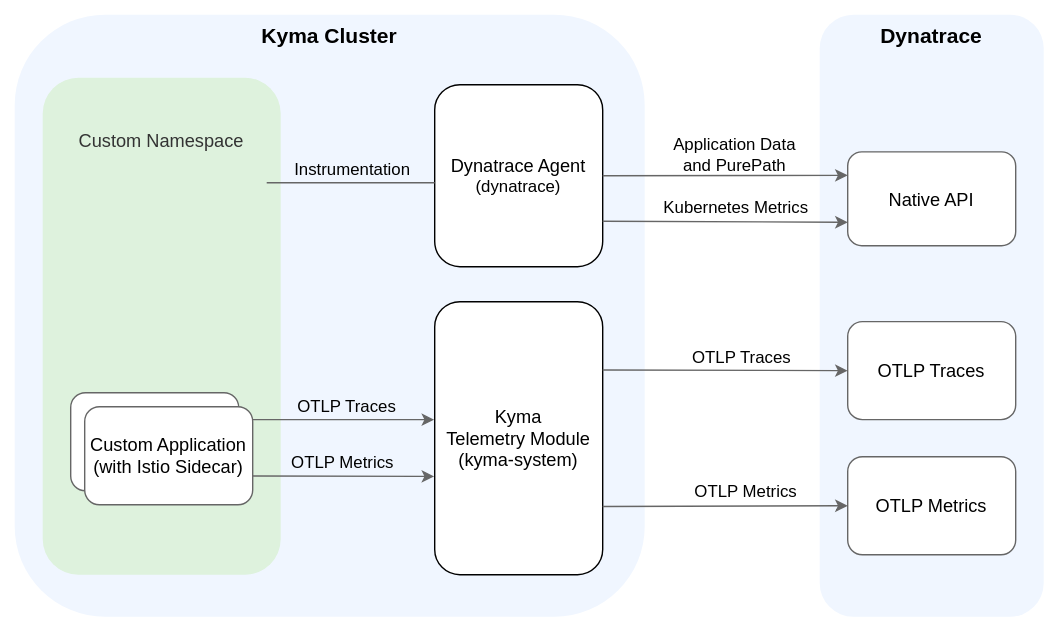
The draw.io diagram docs/user/integration/assets/dynatrace.drawio.svg in kyma-project/telemetry-manager, before a commit. Source tidied: cells renumbered, new cells last; positions are measured from the earlier drawing's top-left corner, leaving out a move shared by most shapes.
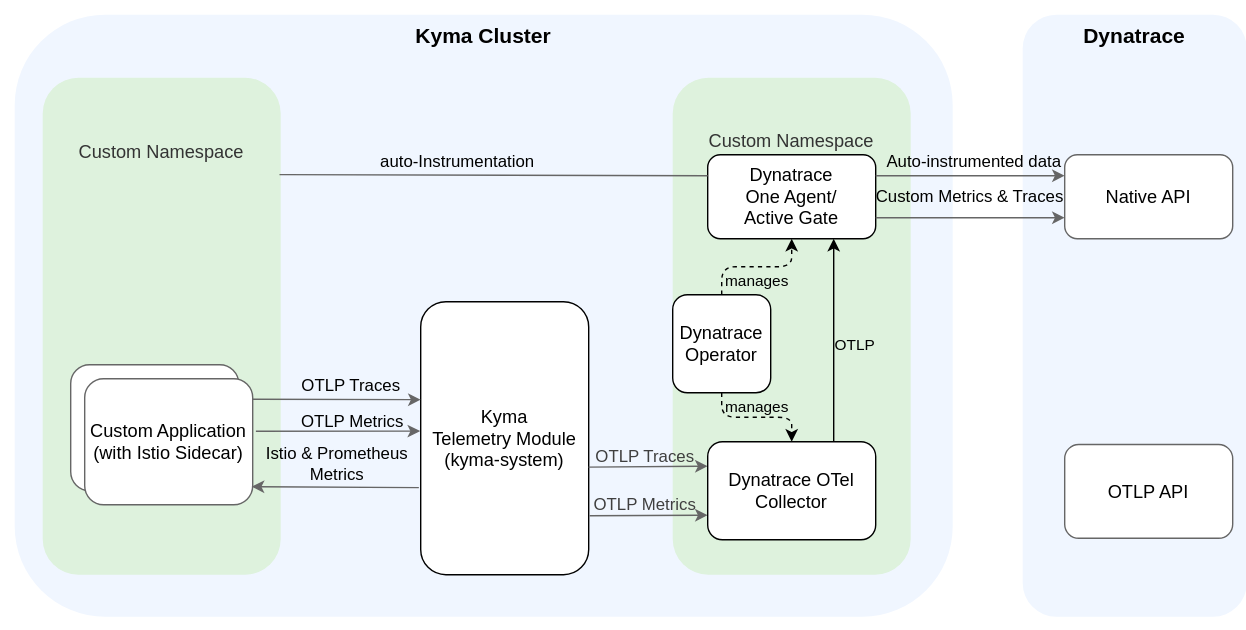
After the commit.

Commit message:
docs: adjust dynatrace guide to new otel setup

The edit, as a diff of the source:
```diff
@@ -6,96 +6,133 @@
       <mxGeometry width="760" height="450" as="geometry" />
     </mxCell>
     <mxCell id="3" value="&lt;b&gt;&lt;font style=&quot;font-size: 15px;&quot;&gt;Kyma Cluster&lt;br&gt;&lt;/font&gt;&lt;/b&gt;" style="rounded=1;whiteSpace=wrap;html=1;fillColor=#F0F6FF;strokeColor=none;verticalAlign=top;" parent="1" vertex="1">
-      <mxGeometry x="10" y="10" width="450" height="430" as="geometry" />
+      <mxGeometry x="10" y="10" width="670" height="430" as="geometry" />
     </mxCell>
+    <mxCell id="28" value="&lt;font style=&quot;font-size: 13px;&quot;&gt;Custom Namespace&lt;br&gt;&lt;br&gt;&lt;br&gt;&lt;br&gt;&lt;br&gt;&lt;br&gt;&lt;br&gt;&lt;br&gt;&lt;br&gt;&lt;br&gt;&lt;br&gt;&lt;br&gt;&lt;br&gt;&lt;br&gt;&lt;br&gt;&lt;br&gt;&lt;br&gt;&lt;br&gt;&lt;/font&gt;" style="rounded=1;whiteSpace=wrap;html=1;fillColor=#DEF2DD;fontColor=#333333;strokeColor=none;" parent="1" vertex="1">
+      <mxGeometry x="480" y="55" width="170" height="355" as="geometry" />
+    </mxCell>
-    <mxCell id="4" value="&lt;font style=&quot;font-size: 13px;&quot;&gt;Custom Namespace&lt;br&gt;&lt;br&gt;&lt;br&gt;&lt;br&gt;&lt;br&gt;&lt;br&gt;&lt;br&gt;&lt;br&gt;&lt;br&gt;&lt;br&gt;&lt;br&gt;&lt;br&gt;&lt;br&gt;&lt;br&gt;&lt;br&gt;&lt;br&gt;&lt;br&gt;&lt;br&gt;&lt;/font&gt;" style="rounded=1;whiteSpace=wrap;html=1;fillColor=#DEF2DD;fontColor=#333333;strokeColor=none;" parent="1" vertex="1">
+    <mxCell id="4" value="&lt;font style=&quot;font-size: 13px;&quot;&gt;Custom Namespace&lt;br&gt;&lt;br&gt;&lt;br&gt;&lt;br&gt;&lt;br&gt;&lt;br&gt;&lt;br&gt;&lt;br&gt;&lt;br&gt;&lt;br&gt;&lt;br&gt;&lt;br&gt;&lt;br&gt;&lt;br&gt;&lt;br&gt;&lt;br&gt;&lt;br&gt;&lt;/font&gt;" style="rounded=1;whiteSpace=wrap;html=1;fillColor=#DEF2DD;fontColor=#333333;strokeColor=none;" parent="1" vertex="1">
       <mxGeometry x="30" y="55" width="170" height="355" as="geometry" />
     </mxCell>
     <mxCell id="5" value="&lt;font style=&quot;font-size: 13px;&quot;&gt;Kyma &lt;br&gt;Telemetry Module&lt;br style=&quot;border-color: var(--border-color);&quot;&gt;(kyma-system)&lt;/font&gt;" style="rounded=1;whiteSpace=wrap;html=1;fillColor=#FFFFFF;strokeColor=default;" parent="1" vertex="1">
-      <mxGeometry x="310" y="215" width="120" height="195" as="geometry" />
+      <mxGeometry x="300" y="215" width="120" height="195" as="geometry" />
     </mxCell>
     <mxCell id="6" value="&lt;font style=&quot;font-size: 15px;&quot;&gt;&lt;b&gt;Dynatrace&lt;br&gt;&lt;/b&gt;&lt;/font&gt;" style="rounded=1;whiteSpace=wrap;html=1;fillColor=#F0F6FF;strokeColor=none;verticalAlign=top;" parent="1" vertex="1">
-      <mxGeometry x="585" y="10" width="160" height="430" as="geometry" />
+      <mxGeometry x="730" y="10" width="160" height="430" as="geometry" />
     </mxCell>
-    <mxCell id="7" style="edgeStyle=none;rounded=1;jettySize=auto;html=1;exitX=1;exitY=0.25;exitDx=0;exitDy=0;entryX=0;entryY=0.5;entryDx=0;entryDy=0;strokeColor=#666666;" parent="1" edge="1" source="5" target="8">
+    <mxCell id="7" style="edgeStyle=none;rounded=1;jettySize=auto;html=1;exitX=0.999;exitY=0.606;exitDx=0;exitDy=0;entryX=0;entryY=0.25;entryDx=0;entryDy=0;strokeColor=#666666;exitPerimeter=0;" parent="1" edge="1" source="5" target="33">
       <mxGeometry relative="1" as="geometry" />
     </mxCell>
-    <mxCell id="8" value="OTLP Traces" style="rounded=1;whiteSpace=wrap;html=1;fontSize=13;fontStyle=0;strokeColor=#666666;" parent="1" vertex="1">
-      <mxGeometry x="605" y="229.2" width="120" height="70" as="geometry" />
-    </mxCell>
-    <mxCell id="9" value="OTLP Metrics" style="rounded=1;whiteSpace=wrap;html=1;fontSize=13;fontStyle=0;strokeColor=#666666;" parent="1" vertex="1">
-      <mxGeometry x="605" y="325.8" width="120" height="70" as="geometry" />
-    </mxCell>
+    <mxCell id="29" value="&lt;span style=&quot;color: rgb(63, 63, 63); font-size: 12px;&quot;&gt;OTLP Traces&lt;/span&gt;" style="edgeLabel;html=1;align=center;verticalAlign=middle;labelBackgroundColor=none;" parent="7" vertex="1">
+      <mxGeometry x="-0.06" y="1" relative="1" as="geometry">
+        <mxPoint y="-6" as="offset" />
+      </mxGeometry>
+    </mxCell>
-    <mxCell id="10" style="edgeStyle=none;rounded=1;jettySize=auto;html=1;exitX=0.985;exitY=0.275;exitDx=0;exitDy=0;entryX=-0.003;entryY=0.432;entryDx=0;entryDy=0;strokeColor=#666666;entryPerimeter=0;exitPerimeter=0;" parent="1" edge="1" source="14" target="5">
-      <mxGeometry relative="1" as="geometry" />
+    <mxCell id="10" style="edgeStyle=none;rounded=1;jettySize=auto;html=1;exitX=0.996;exitY=0.163;exitDx=0;exitDy=0;strokeColor=#666666;exitPerimeter=0;" parent="1" edge="1" source="26">
+      <mxGeometry relative="1" as="geometry">
+        <mxPoint x="300" y="285" as="targetPoint" />
+      </mxGeometry>
     </mxCell>
     <mxCell id="11" value="OTLP Traces" style="edgeLabel;html=1;align=center;verticalAlign=middle;labelBackgroundColor=none;fontStyle=0;fontSize=12;" parent="10" vertex="1">
       <mxGeometry x="-0.29" y="2" relative="1" as="geometry">
         <mxPoint x="28" y="-8" as="offset" />
       </mxGeometry>
     </mxCell>
-    <mxCell id="12" style="edgeStyle=none;rounded=1;jettySize=auto;html=1;exitX=1.004;exitY=0.849;exitDx=0;exitDy=0;strokeColor=#666666;exitPerimeter=0;entryX=-0.003;entryY=0.64;entryDx=0;entryDy=0;entryPerimeter=0;" parent="1" edge="1" source="14" target="5">
+    <mxCell id="12" style="edgeStyle=none;rounded=1;jettySize=auto;html=1;exitX=1.019;exitY=0.417;exitDx=0;exitDy=0;strokeColor=#666666;entryX=-0.003;entryY=0.474;entryDx=0;entryDy=0;entryPerimeter=0;exitPerimeter=0;" parent="1" edge="1" source="26" target="5">
       <mxGeometry relative="1" as="geometry" />
     </mxCell>
     <mxCell id="13" value="OTLP Metrics" style="edgeLabel;html=1;align=center;verticalAlign=middle;fontSize=12;fontStyle=0;labelBackgroundColor=none;" parent="12" vertex="1">
       <mxGeometry x="-0.1" y="2" relative="1" as="geometry">
-        <mxPoint x="10" y="-8" as="offset" />
+        <mxPoint x="16" y="-5" as="offset" />
       </mxGeometry>
     </mxCell>
     <mxCell id="14" style="rounded=1;whiteSpace=wrap;html=1;fontSize=13;fontStyle=0;strokeColor=#666666;" parent="1" vertex="1">
-      <mxGeometry x="50" y="280" width="120" height="70" as="geometry" />
+      <mxGeometry x="50" y="260" width="120" height="90" as="geometry" />
     </mxCell>
-    <mxCell id="15" value="&lt;span style=&quot;font-size: 13px;&quot;&gt;Dynatrace Agent&lt;br&gt;&lt;/span&gt;(dynatrace)" style="rounded=1;whiteSpace=wrap;html=1;fillColor=#FFFFFF;strokeColor=default;" parent="1" vertex="1">
-      <mxGeometry x="310" y="60" width="120" height="130" as="geometry" />
+    <mxCell id="15" value="&lt;span style=&quot;font-size: 13px;&quot;&gt;Dynatrace&lt;br&gt;One Agent/&lt;br&gt;Active Gate&lt;/span&gt;" style="rounded=1;whiteSpace=wrap;html=1;fillColor=#FFFFFF;strokeColor=default;" parent="1" vertex="1">
+      <mxGeometry x="505" y="110" width="120" height="60" as="geometry" />
     </mxCell>
-    <mxCell id="16" value="&lt;font style=&quot;font-size: 12px;&quot;&gt;OTLP Traces&lt;/font&gt;" style="edgeLabel;html=1;align=center;verticalAlign=middle;fontStyle=0;labelBackgroundColor=none;fontSize=12;" parent="1" vertex="1">
-      <mxGeometry x="527.9" y="257" as="geometry">
-        <mxPoint x="1" y="-3" as="offset" />
-      </mxGeometry>
-    </mxCell>
-    <mxCell id="17" value="&lt;font style=&quot;font-size: 12px;&quot;&gt;OTLP Metrics&lt;/font&gt;" style="edgeLabel;html=1;align=center;verticalAlign=middle;fontStyle=0;labelBackgroundColor=none;fontSize=12;" parent="1" vertex="1">
-      <mxGeometry x="529.9" y="350" as="geometry">
-        <mxPoint x="2" as="offset" />
-      </mxGeometry>
-    </mxCell>
-    <mxCell id="18" style="edgeStyle=none;rounded=1;jettySize=auto;html=1;exitX=1;exitY=0.75;exitDx=0;exitDy=0;entryX=0;entryY=0.5;entryDx=0;entryDy=0;strokeColor=#666666;" parent="1" edge="1" source="5" target="9">
+    <mxCell id="18" style="edgeStyle=none;rounded=1;jettySize=auto;html=1;exitX=1.005;exitY=0.784;exitDx=0;exitDy=0;entryX=0;entryY=0.75;entryDx=0;entryDy=0;strokeColor=#666666;exitPerimeter=0;" parent="1" edge="1" source="5" target="33">
       <mxGeometry relative="1" as="geometry" />
     </mxCell>
+    <mxCell id="30" value="&lt;span style=&quot;color: rgb(63, 63, 63); font-size: 12px;&quot;&gt;OTLP Metrics&lt;/span&gt;" style="edgeLabel;html=1;align=center;verticalAlign=middle;labelBackgroundColor=none;" parent="18" vertex="1">
+      <mxGeometry x="-0.49" relative="1" as="geometry">
+        <mxPoint x="18" y="-8" as="offset" />
+      </mxGeometry>
+    </mxCell>
     <mxCell id="19" style="edgeStyle=orthogonalEdgeStyle;rounded=0;orthogonalLoop=1;jettySize=auto;html=1;exitX=0.5;exitY=1;exitDx=0;exitDy=0;" parent="1" edge="1" source="5" target="5">
       <mxGeometry relative="1" as="geometry" />
     </mxCell>
-    <mxCell id="20" style="rounded=1;jettySize=auto;html=1;exitX=1;exitY=0.5;exitDx=0;exitDy=0;strokeColor=#666666;entryX=0;entryY=0.25;entryDx=0;entryDy=0;" parent="1" edge="1" source="15" target="27">
+    <mxCell id="20" style="rounded=1;jettySize=auto;html=1;exitX=1;exitY=0.25;exitDx=0;exitDy=0;strokeColor=#666666;entryX=0;entryY=0.25;entryDx=0;entryDy=0;" parent="1" edge="1" source="15" target="27">
       <mxGeometry relative="1" as="geometry" />
     </mxCell>
-    <mxCell id="21" value="Application Data&lt;br&gt;and PurePath" style="edgeLabel;html=1;align=center;verticalAlign=middle;fontStyle=0;labelBackgroundColor=none;fontSize=12;" parent="20" vertex="1">
+    <mxCell id="21" value="Auto-instrumented data" style="edgeLabel;html=1;align=center;verticalAlign=middle;fontStyle=0;labelBackgroundColor=none;fontSize=12;" parent="20" vertex="1">
       <mxGeometry x="0.22" y="2" relative="1" as="geometry">
-        <mxPoint x="-13" y="-13" as="offset" />
+        <mxPoint x="-13" y="-8" as="offset" />
       </mxGeometry>
     </mxCell>
-    <mxCell id="22" style="rounded=1;jettySize=auto;html=1;exitX=1;exitY=0.75;exitDx=0;exitDy=0;strokeColor=#666666;entryX=0;entryY=0.75;entryDx=0;entryDy=0;" parent="1" edge="1" source="15" target="27">
-      <mxGeometry relative="1" as="geometry" />
-    </mxCell>
-    <mxCell id="23" value="Kubernetes Metrics" style="edgeLabel;html=1;align=center;verticalAlign=middle;fontStyle=0;labelBackgroundColor=none;fontSize=12;" parent="22" vertex="1">
-      <mxGeometry x="0.22" y="2" relative="1" as="geometry">
-        <mxPoint x="-13" y="-8" as="offset" />
-      </mxGeometry>
-    </mxCell>
-    <mxCell id="24" style="edgeStyle=none;rounded=1;orthogonalLoop=1;jettySize=auto;html=1;exitX=0.985;exitY=0.275;exitDx=0;exitDy=0;strokeColor=#666666;exitPerimeter=0;endArrow=none;endFill=0;" parent="1" edge="1">
-      <mxGeometry relative="1" as="geometry">
-        <mxPoint x="190" y="130" as="sourcePoint" />
-        <mxPoint x="310" y="130" as="targetPoint" />
-      </mxGeometry>
+    <mxCell id="24" style="edgeStyle=none;rounded=1;jettySize=auto;html=1;exitX=0.995;exitY=0.195;exitDx=0;exitDy=0;strokeColor=#666666;exitPerimeter=0;endArrow=none;endFill=0;entryX=0;entryY=0.25;entryDx=0;entryDy=0;" parent="1" edge="1" source="4" target="15">
+      <mxGeometry relative="1" as="geometry" />
     </mxCell>
-    <mxCell id="25" value="Instrumentation" style="edgeLabel;html=1;align=center;verticalAlign=middle;labelBackgroundColor=none;fontStyle=0;fontSize=12;" parent="24" vertex="1">
+    <mxCell id="25" value="auto-Instrumentation" style="edgeLabel;html=1;align=center;verticalAlign=middle;labelBackgroundColor=none;fontStyle=0;fontSize=12;" parent="24" vertex="1">
       <mxGeometry x="-0.29" y="2" relative="1" as="geometry">
         <mxPoint x="18" y="-8" as="offset" />
       </mxGeometry>
     </mxCell>
     <mxCell id="26" value="Custom Application&lt;br&gt;(with Istio Sidecar)" style="rounded=1;whiteSpace=wrap;html=1;fontSize=13;fontStyle=0;strokeColor=#666666;" parent="1" vertex="1">
-      <mxGeometry x="60" y="290" width="120" height="70" as="geometry" />
+      <mxGeometry x="60" y="270" width="120" height="90" as="geometry" />
     </mxCell>
     <mxCell id="27" value="Native API" style="rounded=1;whiteSpace=wrap;html=1;fontSize=13;fontStyle=0;strokeColor=#666666;" parent="1" vertex="1">
-      <mxGeometry x="605" y="108" width="120" height="67" as="geometry" />
+      <mxGeometry x="760" y="110" width="120" height="60" as="geometry" />
     </mxCell>
+    <mxCell id="31" style="edgeStyle=none;html=1;exitX=0.75;exitY=0;exitDx=0;exitDy=0;entryX=0.75;entryY=1;entryDx=0;entryDy=0;" parent="1" edge="1" source="33" target="15">
+      <mxGeometry relative="1" as="geometry" />
+    </mxCell>
+    <mxCell id="32" value="OTLP" style="edgeLabel;html=1;align=center;verticalAlign=middle;labelBackgroundColor=none;" parent="31" vertex="1">
+      <mxGeometry x="0.11" y="-3" relative="1" as="geometry">
+        <mxPoint x="12" y="11" as="offset" />
+      </mxGeometry>
+    </mxCell>
+    <mxCell id="33" value="&lt;span style=&quot;font-size: 13px;&quot;&gt;Dynatrace OTel Collector&lt;/span&gt;" style="rounded=1;whiteSpace=wrap;html=1;fillColor=#FFFFFF;strokeColor=default;" parent="1" vertex="1">
+      <mxGeometry x="505" y="315" width="120" height="70" as="geometry" />
+    </mxCell>
+    <mxCell id="34" style="edgeStyle=orthogonalEdgeStyle;html=1;exitX=0.5;exitY=1;exitDx=0;exitDy=0;dashed=1;" parent="1" edge="1" source="38" target="33">
+      <mxGeometry relative="1" as="geometry" />
+    </mxCell>
+    <mxCell id="35" value="manages" style="edgeLabel;html=1;align=center;verticalAlign=middle;labelBackgroundColor=none;" parent="34" vertex="1">
+      <mxGeometry x="-0.1" y="1" relative="1" as="geometry">
+        <mxPoint x="4" y="-7" as="offset" />
+      </mxGeometry>
+    </mxCell>
+    <mxCell id="36" style="edgeStyle=orthogonalEdgeStyle;html=1;exitX=0.5;exitY=0;exitDx=0;exitDy=0;entryX=0.5;entryY=1;entryDx=0;entryDy=0;dashed=1;" parent="1" edge="1" source="38" target="15">
+      <mxGeometry relative="1" as="geometry" />
+    </mxCell>
+    <mxCell id="37" value="manages" style="edgeLabel;html=1;align=center;verticalAlign=middle;labelBackgroundColor=none;" parent="36" vertex="1">
+      <mxGeometry x="-0.2" y="-3" relative="1" as="geometry">
+        <mxPoint x="9" y="7" as="offset" />
+      </mxGeometry>
+    </mxCell>
+    <mxCell id="38" value="&lt;span style=&quot;font-size: 13px;&quot;&gt;Dynatrace Operator&lt;/span&gt;" style="rounded=1;whiteSpace=wrap;html=1;fillColor=#FFFFFF;strokeColor=default;" parent="1" vertex="1">
+      <mxGeometry x="480" y="210" width="70" height="70" as="geometry" />
+    </mxCell>
+    <mxCell id="39" value="OTLP API" style="rounded=1;whiteSpace=wrap;html=1;fontSize=13;fontStyle=0;strokeColor=#666666;" parent="1" vertex="1">
+      <mxGeometry x="760" y="317" width="120" height="67" as="geometry" />
+    </mxCell>
+    <mxCell id="22" style="rounded=1;jettySize=auto;html=1;exitX=1;exitY=0.75;exitDx=0;exitDy=0;strokeColor=#666666;entryX=0;entryY=0.75;entryDx=0;entryDy=0;" parent="1" edge="1" source="15" target="27">
+      <mxGeometry relative="1" as="geometry" />
+    </mxCell>
+    <mxCell id="40" value="Custom Metrics &amp;amp; Traces" style="edgeLabel;html=1;align=center;verticalAlign=middle;fontStyle=0;labelBackgroundColor=none;fontSize=12;" parent="22" vertex="1">
+      <mxGeometry x="0.22" y="2" relative="1" as="geometry">
+        <mxPoint x="-16" y="-13" as="offset" />
+      </mxGeometry>
+    </mxCell>
+    <mxCell id="41" style="edgeStyle=none;rounded=1;jettySize=auto;html=1;exitX=-0.011;exitY=0.681;exitDx=0;exitDy=0;strokeColor=#666666;entryX=0.994;entryY=0.857;entryDx=0;entryDy=0;entryPerimeter=0;exitPerimeter=0;" parent="1" edge="1" source="5" target="26">
+      <mxGeometry relative="1" as="geometry" />
+    </mxCell>
+    <mxCell id="42" value="Istio &amp;amp; Prometheus&lt;br&gt;Metrics" style="edgeLabel;html=1;align=center;verticalAlign=middle;fontSize=12;fontStyle=0;labelBackgroundColor=none;" parent="41" vertex="1">
+      <mxGeometry x="-0.1" y="2" relative="1" as="geometry">
+        <mxPoint x="-5" y="-19" as="offset" />
+      </mxGeometry>
+    </mxCell>
   </root>
 </mxGraphModel>
```
